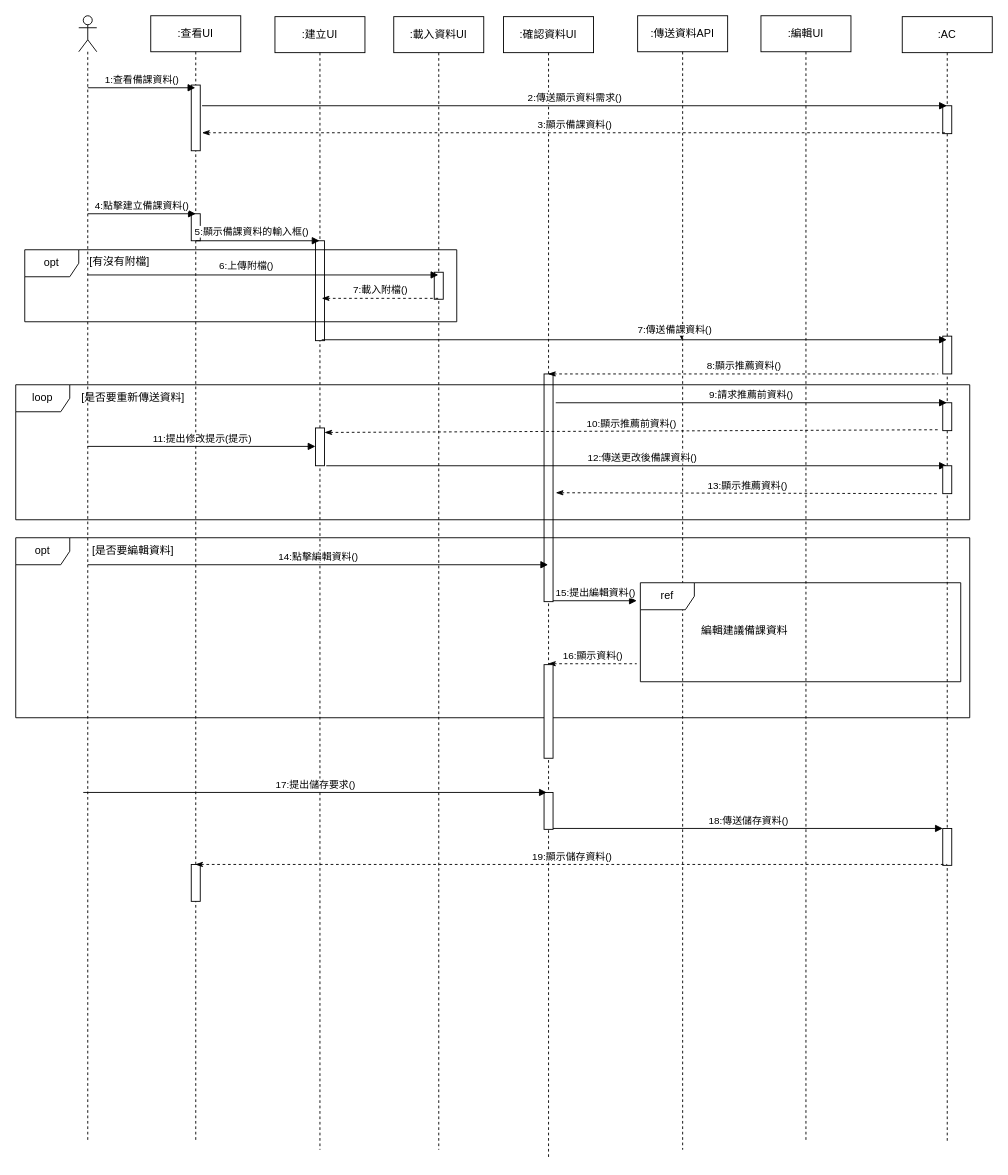
Above: 循序圖(建立備課資料-UI)-new.drawio in Kevincheng0804/System-analysis (draw.io), before the change. Source tidied: cells renumbered, new cells numbered last; positions are measured from the earlier drawing's top-left corner, leaving out a move shared by most shapes. Both pictures are drawn from the tidied source at 90%, with x=0, y=0 at pixel (15, 15).
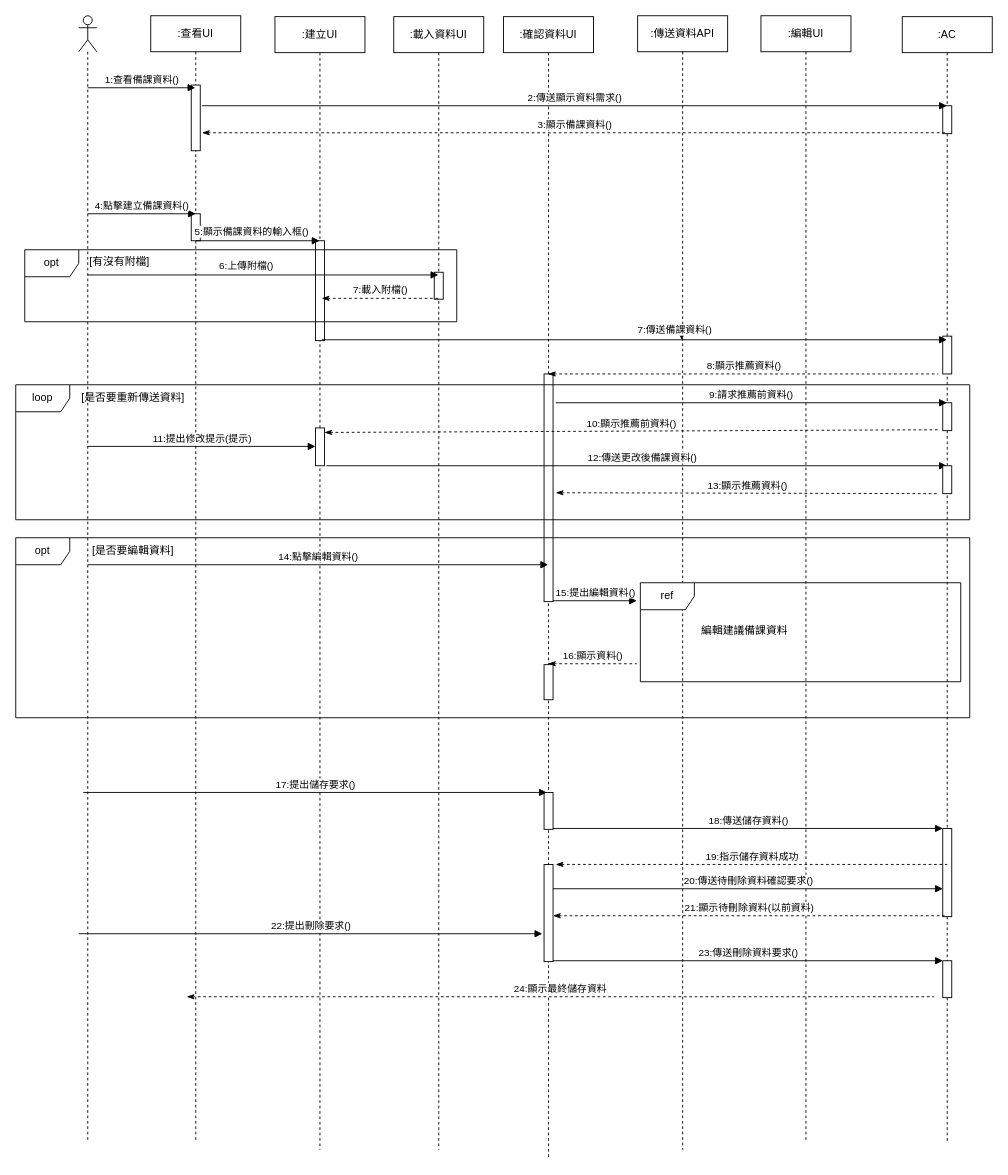
Above is the later version.

Commit message:
更新循序圖(建立備課資料-UI)-new.drawio

Unchanged cells that the change refers to:
```xml
<mxCell id="3" value=":查看UI" style="shape=umlLifeline;perimeter=lifelinePerimeter;whiteSpace=wrap;html=1;outlineConnect=0;portConstraint=eastwest;newEdgeStyle={&quot;curved&quot;:0,&quot;rounded&quot;:0};" parent="1" vertex="1">
  <mxGeometry x="150" width="100" height="1250" as="geometry" />
</mxCell>
<mxCell id="9" value=":確認資料UI" style="shape=umlLifeline;perimeter=lifelinePerimeter;whiteSpace=wrap;html=1;outlineConnect=0;portConstraint=eastwest;newEdgeStyle={&quot;curved&quot;:0,&quot;rounded&quot;:0};" parent="1" vertex="1">
  <mxGeometry x="542" y="1" width="100" height="1269" as="geometry" />
</mxCell>
<mxCell id="14" value=":AC" style="shape=umlLifeline;perimeter=lifelinePerimeter;whiteSpace=wrap;html=1;outlineConnect=0;portConstraint=eastwest;newEdgeStyle={&quot;curved&quot;:0,&quot;rounded&quot;:0};" parent="1" vertex="1">
  <mxGeometry x="985" y="1" width="100" height="1249" as="geometry" />
</mxCell>
```

Diff of the diagram source:
```diff
@@
-    <mxCell id="6" style="html=1;perimeter=orthogonalPerimeter;targetShapes=umlLifeline;newEdgeStyle={&quot;curved&quot;:0,&quot;rounded&quot;:0};" parent="3" vertex="1">
-      <mxGeometry x="45" y="943" width="10" height="41" as="geometry" />
-    </mxCell>
@@
+    <mxCell id="6" style="html=1;perimeter=orthogonalPerimeter;targetShapes=umlLifeline;newEdgeStyle={&quot;curved&quot;:0,&quot;rounded&quot;:0};" parent="9" vertex="1">
+      <mxGeometry x="45" y="942" width="10" height="108" as="geometry" />
+    </mxCell>
@@
     <mxCell id="18" style="html=1;perimeter=orthogonalPerimeter;targetShapes=umlLifeline;newEdgeStyle={&quot;curved&quot;:0,&quot;rounded&quot;:0};" parent="14" vertex="1">
-      <mxGeometry x="45" y="902" width="10" height="41" as="geometry" />
+      <mxGeometry x="45" y="902" width="10" height="98" as="geometry" />
     </mxCell>
+    <mxCell id="57" style="html=1;perimeter=orthogonalPerimeter;targetShapes=umlLifeline;newEdgeStyle={&quot;curved&quot;:0,&quot;rounded&quot;:0};" parent="14" vertex="1">
+      <mxGeometry x="45" y="1049" width="10" height="41" as="geometry" />
+    </mxCell>
@@
     <mxCell id="50" style="html=1;perimeter=orthogonalPerimeter;targetShapes=umlLifeline;newEdgeStyle={&quot;curved&quot;:0,&quot;rounded&quot;:0};" parent="1" vertex="1">
-      <mxGeometry x="587" y="721" width="10" height="104" as="geometry" />
+      <mxGeometry x="587" y="721" width="10" height="39" as="geometry" />
     </mxCell>
@@
-    <mxCell id="53" value="19:顯示儲存資料()" style="html=1;verticalAlign=bottom;endArrow=none;curved=0;rounded=0;startArrow=classicThin;startFill=1;endFill=0;dashed=1;" parent="1" edge="1">
+    <mxCell id="53" value="19:指示儲存資料成功" style="html=1;verticalAlign=bottom;endArrow=none;curved=0;rounded=0;startArrow=classicThin;startFill=1;endFill=0;dashed=1;" parent="1" edge="1">
       <mxGeometry relative="1" as="geometry">
-        <mxPoint x="199.5" y="943" as="sourcePoint" />
+        <mxPoint x="600" y="943" as="sourcePoint" />
         <mxPoint x="1035" y="943" as="targetPoint" />
       </mxGeometry>
     </mxCell>
@@
+    <mxCell id="58" value="22:提出刪除要求()" style="html=1;verticalAlign=bottom;endArrow=block;curved=0;rounded=0;" parent="1" edge="1">
+      <mxGeometry relative="1" as="geometry">
+        <mxPoint x="70" y="1020" as="sourcePoint" />
+        <mxPoint x="585" y="1020" as="targetPoint" />
+      </mxGeometry>
+    </mxCell>
+    <mxCell id="59" value="23:傳送刪除資料要求()" style="html=1;verticalAlign=bottom;endArrow=block;curved=0;rounded=0;" parent="1" edge="1">
+      <mxGeometry relative="1" as="geometry">
+        <mxPoint x="597" y="1050" as="sourcePoint" />
+        <mxPoint x="1030" y="1050" as="targetPoint" />
+      </mxGeometry>
+    </mxCell>
+    <mxCell id="60" value="24:顯示最終儲存資料" style="html=1;verticalAlign=bottom;endArrow=none;curved=0;rounded=0;startArrow=classicThin;startFill=1;endFill=0;dashed=1;" parent="1" edge="1">
+      <mxGeometry relative="1" as="geometry">
+        <mxPoint x="190" y="1090" as="sourcePoint" />
+        <mxPoint x="1020.5" y="1090" as="targetPoint" />
+      </mxGeometry>
+    </mxCell>
+    <mxCell id="61" value="20:傳送待刪除資料確認要求()" style="html=1;verticalAlign=bottom;endArrow=block;curved=0;rounded=0;" parent="1" edge="1">
+      <mxGeometry relative="1" as="geometry">
+        <mxPoint x="597" y="970" as="sourcePoint" />
+        <mxPoint x="1030" y="970" as="targetPoint" />
+      </mxGeometry>
+    </mxCell>
+    <mxCell id="62" value="21:顯示待刪除資料(以前資料)" style="html=1;verticalAlign=bottom;endArrow=none;curved=0;rounded=0;startArrow=classicThin;startFill=1;endFill=0;dashed=1;" parent="1" edge="1">
+      <mxGeometry relative="1" as="geometry">
+        <mxPoint x="597" y="1000" as="sourcePoint" />
+        <mxPoint x="1032" y="1000" as="targetPoint" />
+      </mxGeometry>
+    </mxCell>
```
